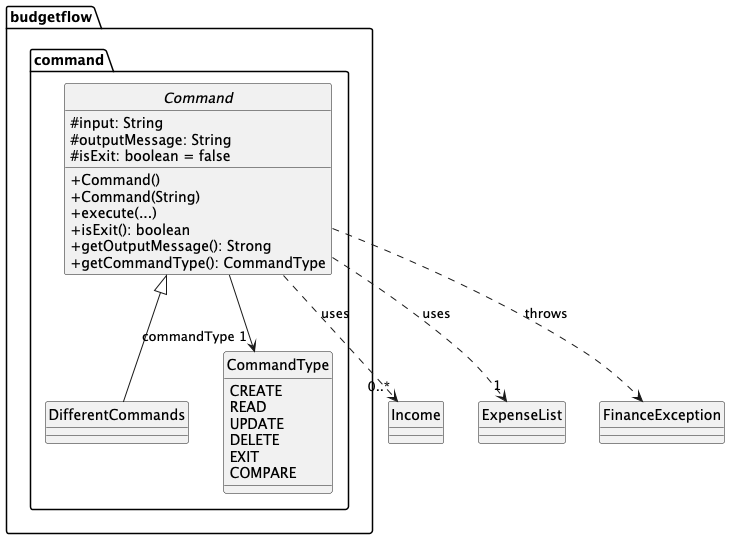
Earlier version of the PlantUML export docs/images/Command_class.png (thienkimtranhoang/tp). Source of this version:
```plantuml
@startuml
hide circle
skinparam classAttributeIconSize 0
package budgetflow.command {
    abstract class Command {
        #input: String
        #outputMessage: String
        #isExit: boolean = false
        +Command()
        +Command(String)
        +execute(...)
        +isExit(): boolean
        +getOutputMessage(): Strong
        +getCommandType(): CommandType
    }
    class DifferentCommands
    enum CommandType {
    CREATE
    READ
    UPDATE
    DELETE
    EXIT
    COMPARE
    }
}

class Income
class ExpenseList

class FinanceException
DifferentCommands -up-|> Command
Command ..> "0..*" Income:  uses
Command ..> "1" ExpenseList: uses
Command --> "commandType 1" CommandType
Command ..> FinanceException: throws


@enduml
```
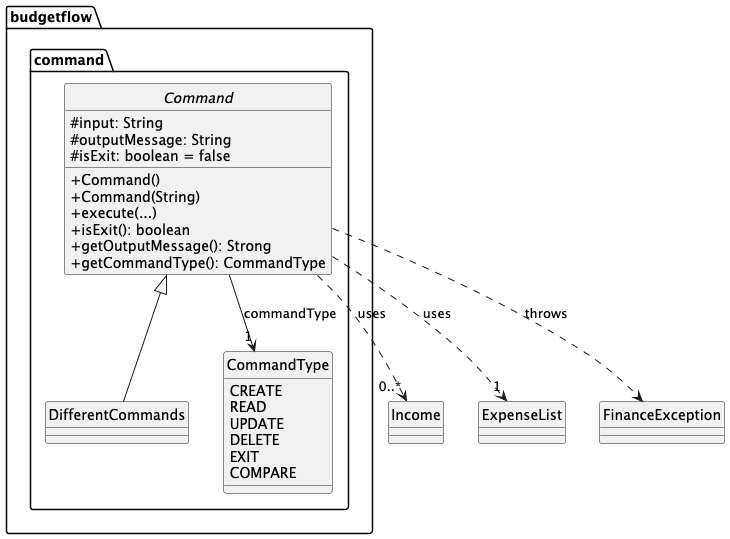
Later version of the same file.

Change to the diagram source:
```diff
@@ -31,7 +31,7 @@
 DifferentCommands -up-|> Command
 Command ..> "0..*" Income:  uses
 Command ..> "1" ExpenseList: uses
-Command --> "commandType 1" CommandType
+Command --> "1" CommandType: commandType
 Command ..> FinanceException: throws
 
 
```
